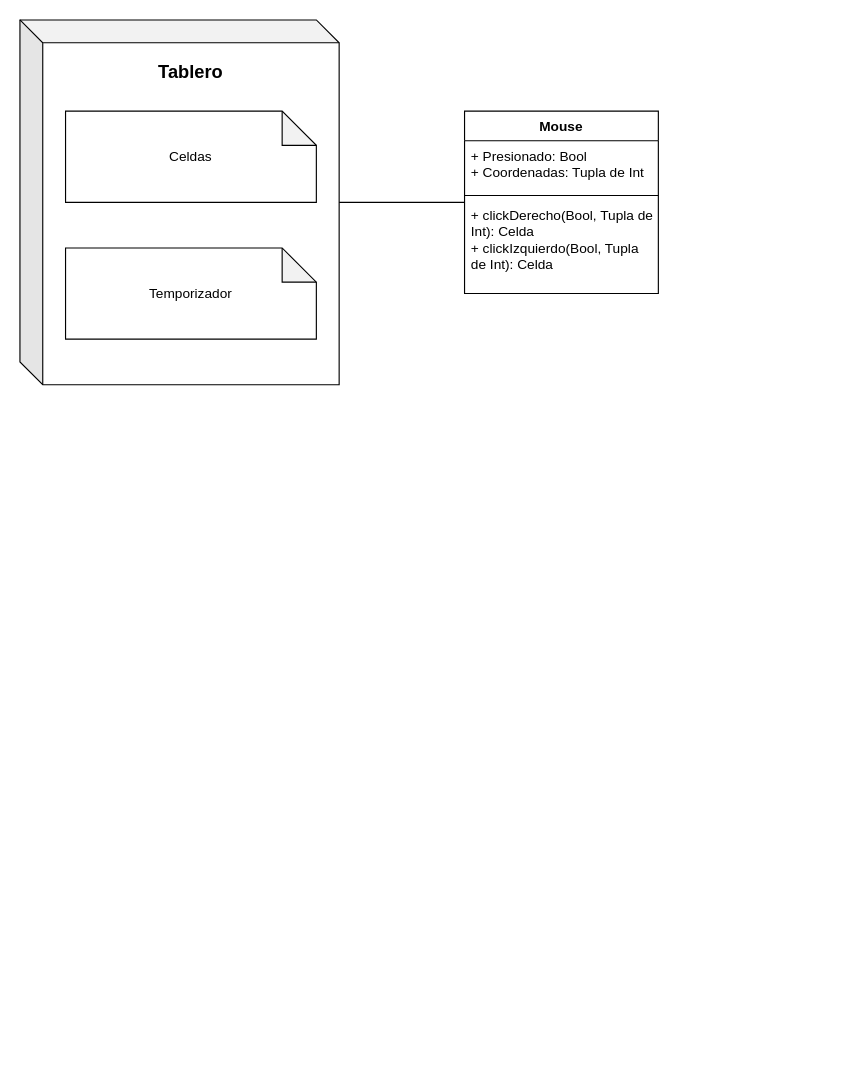
Above: Diagramas/DiagramaDeDespliegue.drawio in RenatoAtencio/ProyectoArquitecturaDeSoftware (draw.io), before the change. Source tidied: cells renumbered, new cells numbered last; positions are measured from the earlier drawing's top-left corner, leaving out a move shared by most shapes. Both pictures are drawn from the tidied source at 114%, with x=0, y=0 at pixel (19, 19).
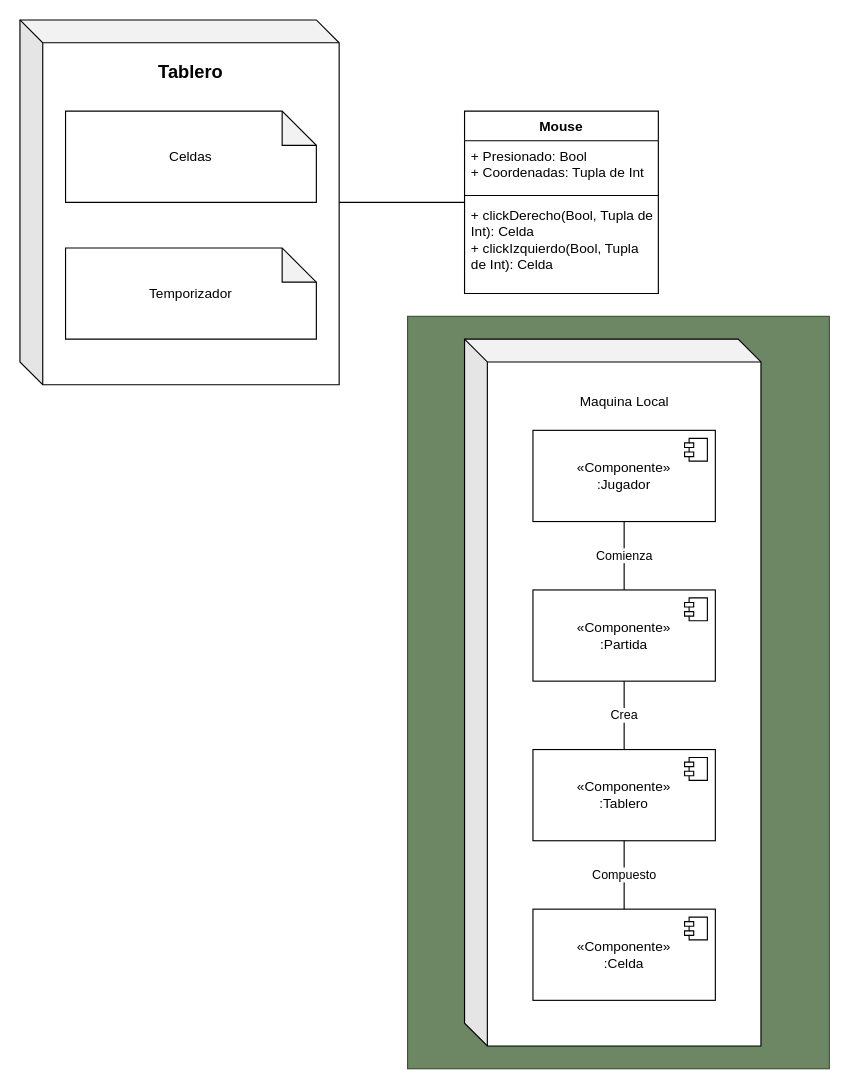
Above is the later version.

The edit, as a diff of the source:
```diff
@@
+    <mxCell id="13" style="rounded=0;whiteSpace=wrap;html=1;fillStyle=auto;strokeColor=#3A5431;fillColor=#6d8764;fontColor=#ffffff;" parent="1" vertex="1">
+      <mxGeometry x="340" y="260" width="370" height="660" as="geometry" />
+    </mxCell>
+    <mxCell id="14" style="shape=cube;whiteSpace=wrap;html=1;boundedLbl=1;backgroundOutline=1;darkOpacity=0.05;darkOpacity2=0.1;" parent="1" vertex="1">
+      <mxGeometry x="390" y="280" width="260" height="620" as="geometry" />
+    </mxCell>
+    <mxCell id="15" value="Maquina Local" style="text;html=1;align=center;verticalAlign=middle;strokeColor=none;fillColor=none;" parent="1" vertex="1">
+      <mxGeometry x="480" y="320" width="100" height="30" as="geometry" />
+    </mxCell>
+    <mxCell id="16" value="«Componente»&lt;br&gt;:Jugador" style="html=1;whiteSpace=wrap;" parent="1" vertex="1">
+      <mxGeometry x="450" y="360" width="160" height="80" as="geometry" />
+    </mxCell>
+    <mxCell id="17" style="shape=module;jettyWidth=8;jettyHeight=4;" parent="16" vertex="1">
+      <mxGeometry x="1" width="20" height="20" relative="1" as="geometry">
+        <mxPoint x="-27" y="7" as="offset" />
+      </mxGeometry>
+    </mxCell>
+    <mxCell id="18" value="«Componente»&lt;br&gt;:Partida" style="html=1;whiteSpace=wrap;" parent="1" vertex="1">
+      <mxGeometry x="450" y="500" width="160" height="80" as="geometry" />
+    </mxCell>
+    <mxCell id="19" style="shape=module;jettyWidth=8;jettyHeight=4;" parent="18" vertex="1">
+      <mxGeometry x="1" width="20" height="20" relative="1" as="geometry">
+        <mxPoint x="-27" y="7" as="offset" />
+      </mxGeometry>
+    </mxCell>
+    <mxCell id="20" value="Comienza" style="edgeStyle=none;html=1;exitX=0.5;exitY=1;exitDx=0;exitDy=0;entryX=0.5;entryY=0;entryDx=0;entryDy=0;endArrow=none;endFill=0;" parent="1" edge="1" source="16" target="18">
+      <mxGeometry relative="1" as="geometry" />
+    </mxCell>
+    <mxCell id="21" value="«Componente»&lt;br&gt;:Tablero" style="html=1;whiteSpace=wrap;" parent="1" vertex="1">
+      <mxGeometry x="450" y="640" width="160" height="80" as="geometry" />
+    </mxCell>
+    <mxCell id="22" style="shape=module;jettyWidth=8;jettyHeight=4;" parent="21" vertex="1">
+      <mxGeometry x="1" width="20" height="20" relative="1" as="geometry">
+        <mxPoint x="-27" y="7" as="offset" />
+      </mxGeometry>
+    </mxCell>
+    <mxCell id="23" value="Crea" style="edgeStyle=none;html=1;exitX=0.5;exitY=1;exitDx=0;exitDy=0;entryX=0.5;entryY=0;entryDx=0;entryDy=0;endArrow=none;endFill=0;" parent="1" edge="1" source="18" target="21">
+      <mxGeometry relative="1" as="geometry" />
+    </mxCell>
+    <mxCell id="24" value="«Componente»&lt;br&gt;:Celda" style="html=1;whiteSpace=wrap;" parent="1" vertex="1">
+      <mxGeometry x="450" y="780" width="160" height="80" as="geometry" />
+    </mxCell>
+    <mxCell id="25" style="shape=module;jettyWidth=8;jettyHeight=4;" parent="24" vertex="1">
+      <mxGeometry x="1" width="20" height="20" relative="1" as="geometry">
+        <mxPoint x="-27" y="7" as="offset" />
+      </mxGeometry>
+    </mxCell>
+    <mxCell id="26" value="Compuesto" style="edgeStyle=none;html=1;exitX=0.5;exitY=1;exitDx=0;exitDy=0;entryX=0.5;entryY=0;entryDx=0;entryDy=0;endArrow=none;endFill=0;" parent="1" edge="1" source="21" target="24">
+      <mxGeometry relative="1" as="geometry" />
+    </mxCell>
```
